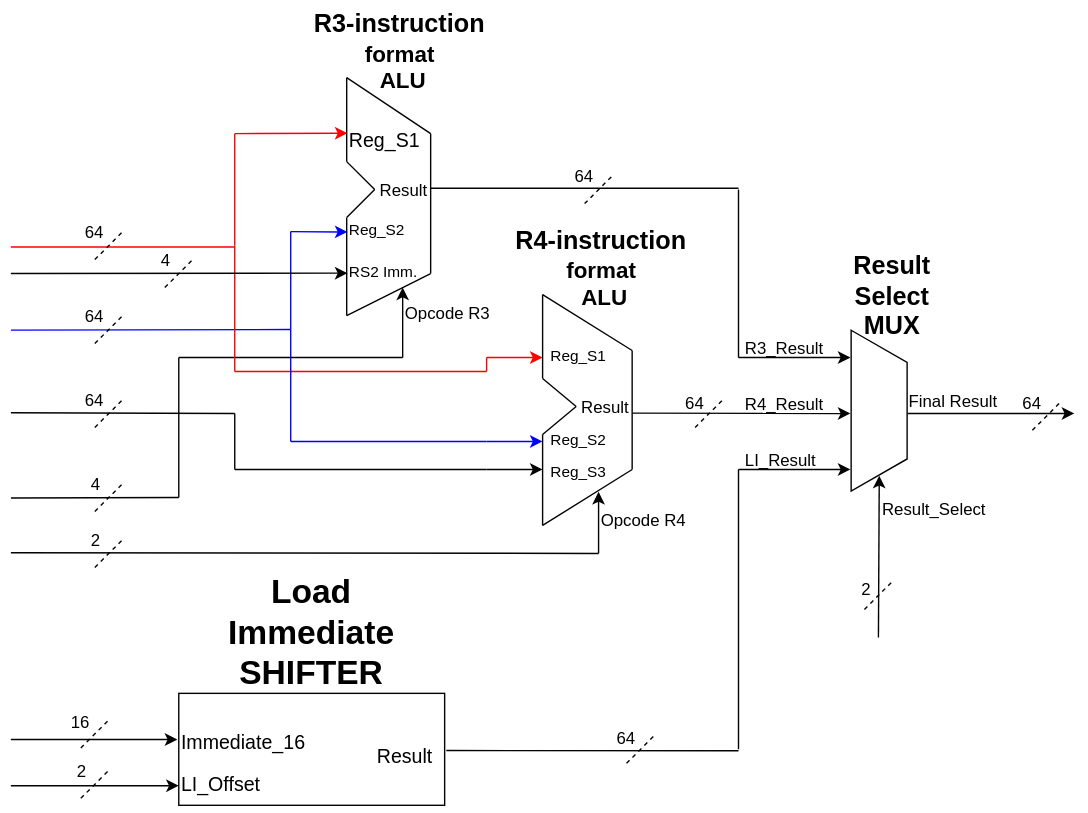
Before: Block_Diagrams_Schematic/ALU_1_ALU_2___LI_Shifter/ALU_1_ALU_2___LI_Shifter.svg, a diagram exported from draw.io (WilmerSuarez/Multimedia_Processor_ESE345). Source tidied: cells renumbered, new cells last; positions are measured from the earlier drawing's top-left corner, leaving out a move shared by most shapes.
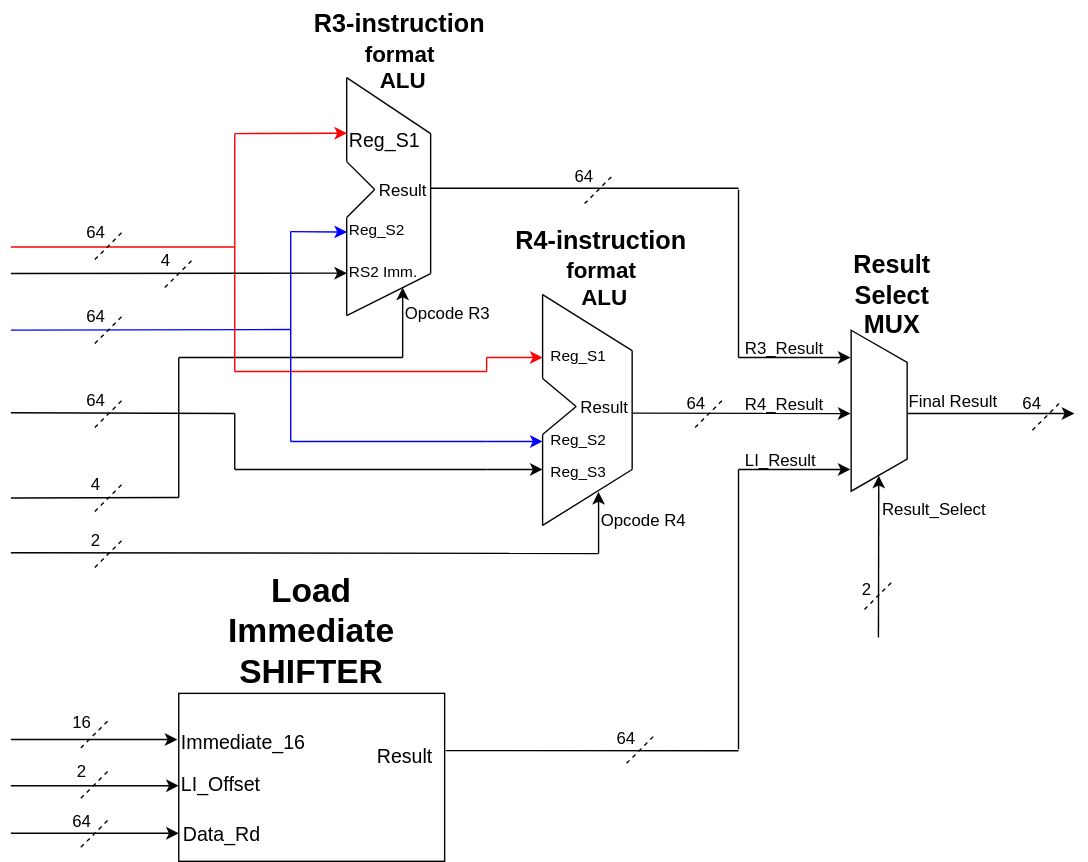
After the commit.

Change to the diagram source:
```diff
@@ -12,7 +12,7 @@
       </mxGeometry>
     </mxCell>
     <mxCell id="4" style="rounded=0;whiteSpace=wrap;html=1;strokeColor=#030303;fillColor=#FFFFFF;" parent="1" vertex="1">
-      <mxGeometry x="120" y="495" width="190" height="80" as="geometry" />
+      <mxGeometry x="120" y="495" width="190" height="120" as="geometry" />
     </mxCell>
     <mxCell id="5" value="&lt;font style=&quot;font-size: 24px&quot;&gt;&lt;b&gt;Load Immediate SHIFTER&lt;/b&gt;&lt;/font&gt;" style="text;html=1;strokeColor=none;fillColor=none;align=center;verticalAlign=middle;whiteSpace=wrap;rounded=0;" parent="1" vertex="1">
       <mxGeometry x="195" y="440" width="40" height="20" as="geometry" />
@@ -482,5 +482,23 @@
         <mxPoint x="130" y="185" as="targetPoint" />
       </mxGeometry>
     </mxCell>
+    <mxCell id="101" value="&lt;font style=&quot;font-size: 14px&quot;&gt;Data_Rd&lt;/font&gt;" style="text;html=1;strokeColor=none;fillColor=none;align=center;verticalAlign=middle;whiteSpace=wrap;rounded=0;" parent="1" vertex="1">
+      <mxGeometry x="120" y="585" width="60" height="20" as="geometry" />
+    </mxCell>
+    <mxCell id="102" style="endArrow=classic;html=1;shadow=0;strokeColor=#030303;fillColor=#000099;" parent="1" edge="1">
+      <mxGeometry relative="1" as="geometry">
+        <mxPoint y="595" as="sourcePoint" />
+        <mxPoint x="120" y="595" as="targetPoint" />
+      </mxGeometry>
+    </mxCell>
+    <mxCell id="103" value="64" style="text;html=1;strokeColor=none;fillColor=none;align=center;verticalAlign=middle;whiteSpace=wrap;rounded=0;" parent="1" vertex="1">
+      <mxGeometry x="30" y="576" width="40" height="20" as="geometry" />
+    </mxCell>
+    <mxCell id="104" style="endArrow=none;dashed=1;html=1;strokeColor=#030303;" parent="1" edge="1">
+      <mxGeometry relative="1" as="geometry">
+        <mxPoint x="50" y="605" as="sourcePoint" />
+        <mxPoint x="70" y="585" as="targetPoint" />
+      </mxGeometry>
+    </mxCell>
   </root>
 </mxGraphModel>
```
